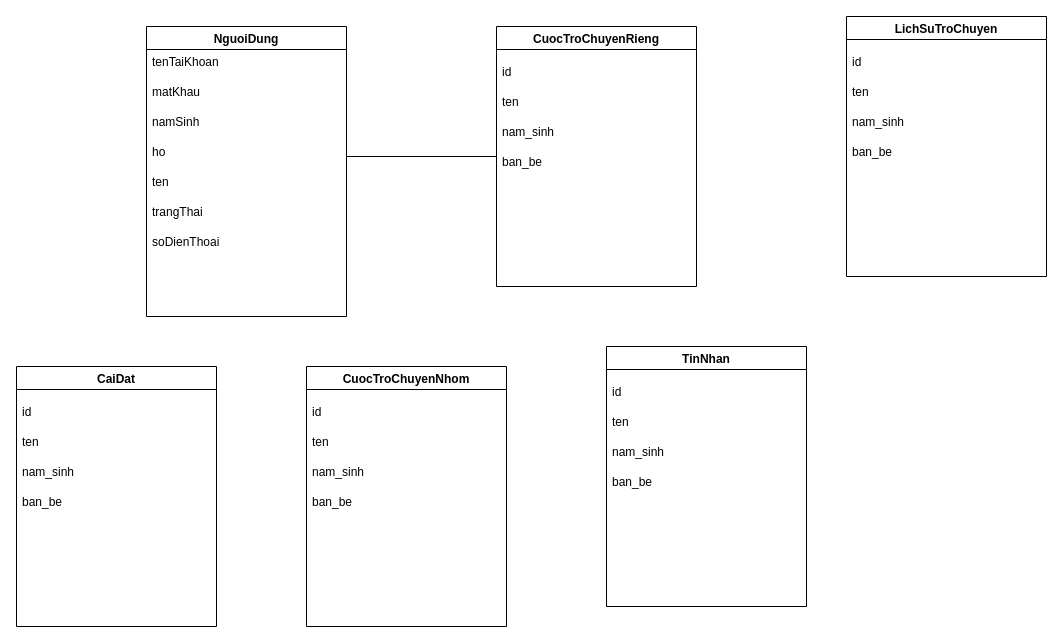
Before: client/database.drawio in MaiNhatHoangY2001/mchat, a draw.io diagram. Source tidied: cells renumbered, new cells numbered last; positions are measured from the earlier drawing's top-left corner, leaving out a move shared by most shapes. Both pictures are drawn from the tidied source at 100%, with x=0, y=0 at pixel (16, 16).
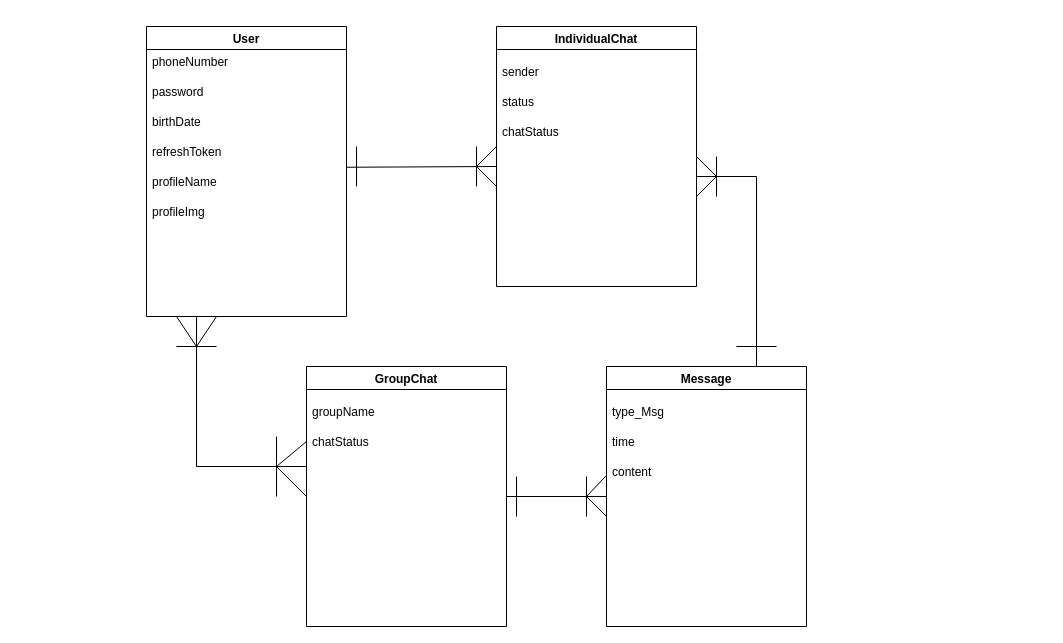
After the change.

Commit message (it also covers changes not shown here):
fix sdt login + database drawio

Change to the diagram source:
```diff
@@
-    <mxCell id="2" value="NguoiDung" style="swimlane;" parent="1" vertex="1">
+    <mxCell id="2" value="User" style="swimlane;" parent="1" vertex="1">
       <mxGeometry x="130" y="10" width="200" height="290" as="geometry" />
     </mxCell>
-    <mxCell id="3" value="tenTaiKhoan" style="text;strokeColor=none;fillColor=none;align=left;verticalAlign=middle;spacingLeft=4;spacingRight=4;overflow=hidden;" parent="2" vertex="1">
+    <mxCell id="3" value="phoneNumber" style="text;strokeColor=none;fillColor=none;align=left;verticalAlign=middle;spacingLeft=4;spacingRight=4;overflow=hidden;" parent="2" vertex="1">
       <mxGeometry y="20" width="200" height="30" as="geometry" />
     </mxCell>
-    <mxCell id="4" value="namSinh" style="text;strokeColor=none;fillColor=none;align=left;verticalAlign=middle;spacingLeft=4;spacingRight=4;overflow=hidden;" parent="2" vertex="1">
+    <mxCell id="4" value="birthDate" style="text;strokeColor=none;fillColor=none;align=left;verticalAlign=middle;spacingLeft=4;spacingRight=4;overflow=hidden;" parent="2" vertex="1">
       <mxGeometry y="80" width="200" height="30" as="geometry" />
     </mxCell>
-    <mxCell id="5" value="matKhau" style="text;strokeColor=none;fillColor=none;align=left;verticalAlign=middle;spacingLeft=4;spacingRight=4;overflow=hidden;" parent="2" vertex="1">
+    <mxCell id="5" value="password" style="text;strokeColor=none;fillColor=none;align=left;verticalAlign=middle;spacingLeft=4;spacingRight=4;overflow=hidden;" parent="2" vertex="1">
       <mxGeometry y="50" width="200" height="30" as="geometry" />
     </mxCell>
-    <mxCell id="6" value="ho" style="text;strokeColor=none;fillColor=none;align=left;verticalAlign=middle;spacingLeft=4;spacingRight=4;overflow=hidden;points=[[0,0.5],[1,0.5]];portConstraint=eastwest;" parent="2" vertex="1">
+    <mxCell id="6" value="refreshToken" style="text;strokeColor=none;fillColor=none;align=left;verticalAlign=middle;spacingLeft=4;spacingRight=4;overflow=hidden;points=[[0,0.5],[1,0.5]];portConstraint=eastwest;" parent="2" vertex="1">
       <mxGeometry y="110" width="200" height="30" as="geometry" />
     </mxCell>
-    <mxCell id="7" value="ten" style="text;strokeColor=none;fillColor=none;align=left;verticalAlign=middle;spacingLeft=4;spacingRight=4;overflow=hidden;points=[[0,0.5],[1,0.5]];portConstraint=eastwest;" parent="2" vertex="1">
+    <mxCell id="7" value="profileName" style="text;strokeColor=none;fillColor=none;align=left;verticalAlign=middle;spacingLeft=4;spacingRight=4;overflow=hidden;points=[[0,0.5],[1,0.5]];portConstraint=eastwest;" parent="2" vertex="1">
       <mxGeometry y="140" width="200" height="30" as="geometry" />
     </mxCell>
-    <mxCell id="8" value="trangThai" style="text;strokeColor=none;fillColor=none;align=left;verticalAlign=middle;spacingLeft=4;spacingRight=4;overflow=hidden;" parent="2" vertex="1">
+    <mxCell id="8" value="profileImg" style="text;strokeColor=none;fillColor=none;align=left;verticalAlign=middle;spacingLeft=4;spacingRight=4;overflow=hidden;" parent="2" vertex="1">
       <mxGeometry y="170" width="200" height="30" as="geometry" />
     </mxCell>
-    <mxCell id="9" value="soDienThoai" style="text;strokeColor=none;fillColor=none;align=left;verticalAlign=middle;spacingLeft=4;spacingRight=4;overflow=hidden;" parent="2" vertex="1">
-      <mxGeometry y="200" width="200" height="30" as="geometry" />
-    </mxCell>
-    <mxCell id="10" value="CuocTroChuyenRieng" style="swimlane;" parent="1" vertex="1">
+    <mxCell id="10" value="IndividualChat" style="swimlane;" parent="1" vertex="1">
       <mxGeometry x="480" y="10" width="200" height="260" as="geometry" />
     </mxCell>
-    <mxCell id="11" value="ten" style="text;strokeColor=none;fillColor=none;align=left;verticalAlign=middle;spacingLeft=4;spacingRight=4;overflow=hidden;" parent="10" vertex="1">
+    <mxCell id="11" value="status" style="text;strokeColor=none;fillColor=none;align=left;verticalAlign=middle;spacingLeft=4;spacingRight=4;overflow=hidden;" parent="10" vertex="1">
       <mxGeometry y="60" width="200" height="30" as="geometry" />
     </mxCell>
-    <mxCell id="12" value="id" style="text;strokeColor=none;fillColor=none;align=left;verticalAlign=middle;spacingLeft=4;spacingRight=4;overflow=hidden;" parent="10" vertex="1">
+    <mxCell id="12" value="sender" style="text;strokeColor=none;fillColor=none;align=left;verticalAlign=middle;spacingLeft=4;spacingRight=4;overflow=hidden;" parent="10" vertex="1">
       <mxGeometry y="30" width="200" height="30" as="geometry" />
     </mxCell>
-    <mxCell id="13" value="nam_sinh" style="text;strokeColor=none;fillColor=none;align=left;verticalAlign=middle;spacingLeft=4;spacingRight=4;overflow=hidden;" parent="10" vertex="1">
+    <mxCell id="13" value="chatStatus" style="text;strokeColor=none;fillColor=none;align=left;verticalAlign=middle;spacingLeft=4;spacingRight=4;overflow=hidden;" parent="10" vertex="1">
       <mxGeometry y="90" width="200" height="30" as="geometry" />
     </mxCell>
-    <mxCell id="14" value="ban_be" style="text;strokeColor=none;fillColor=none;align=left;verticalAlign=middle;spacingLeft=4;spacingRight=4;overflow=hidden;" parent="10" vertex="1">
-      <mxGeometry y="120" width="200" height="30" as="geometry" />
-    </mxCell>
-    <mxCell id="15" style="edgeStyle=orthogonalEdgeStyle;rounded=0;jettySize=auto;html=1;exitX=1;exitY=0.5;exitDx=0;exitDy=0;entryX=0;entryY=0.5;entryDx=0;entryDy=0;endArrow=none;endFill=0;" parent="1" edge="1" source="6" target="10">
-      <mxGeometry relative="1" as="geometry">
-        <Array as="points">
-          <mxPoint x="330" y="140" />
-        </Array>
-      </mxGeometry>
-    </mxCell>
-    <mxCell id="16" value="CuocTroChuyenNhom" style="swimlane;" parent="1" vertex="1">
+    <mxCell id="16" value="GroupChat" style="swimlane;" parent="1" vertex="1">
       <mxGeometry x="290" y="350" width="200" height="260" as="geometry" />
     </mxCell>
-    <mxCell id="17" value="ten" style="text;strokeColor=none;fillColor=none;align=left;verticalAlign=middle;spacingLeft=4;spacingRight=4;overflow=hidden;points=[[0,0.5],[1,0.5]];portConstraint=eastwest;" parent="16" vertex="1">
+    <mxCell id="17" value="chatStatus" style="text;strokeColor=none;fillColor=none;align=left;verticalAlign=middle;spacingLeft=4;spacingRight=4;overflow=hidden;points=[[0,0.5],[1,0.5]];portConstraint=eastwest;" parent="16" vertex="1">
       <mxGeometry y="60" width="200" height="30" as="geometry" />
     </mxCell>
-    <mxCell id="18" value="id" style="text;strokeColor=none;fillColor=none;align=left;verticalAlign=middle;spacingLeft=4;spacingRight=4;overflow=hidden;" parent="16" vertex="1">
+    <mxCell id="18" value="groupName" style="text;strokeColor=none;fillColor=none;align=left;verticalAlign=middle;spacingLeft=4;spacingRight=4;overflow=hidden;" parent="16" vertex="1">
       <mxGeometry y="30" width="200" height="30" as="geometry" />
     </mxCell>
-    <mxCell id="19" value="nam_sinh" style="text;strokeColor=none;fillColor=none;align=left;verticalAlign=middle;spacingLeft=4;spacingRight=4;overflow=hidden;" parent="16" vertex="1">
-      <mxGeometry y="90" width="200" height="30" as="geometry" />
-    </mxCell>
-    <mxCell id="20" value="ban_be" style="text;strokeColor=none;fillColor=none;align=left;verticalAlign=middle;spacingLeft=4;spacingRight=4;overflow=hidden;" parent="16" vertex="1">
-      <mxGeometry y="120" width="200" height="30" as="geometry" />
-    </mxCell>
-    <mxCell id="21" value="TinNhan" style="swimlane;" parent="1" vertex="1">
-      <mxGeometry x="590" y="330" width="200" height="260" as="geometry" />
+    <mxCell id="21" value="Message" style="swimlane;" parent="1" vertex="1">
+      <mxGeometry x="590" y="350" width="200" height="260" as="geometry" />
     </mxCell>
-    <mxCell id="22" value="ten" style="text;strokeColor=none;fillColor=none;align=left;verticalAlign=middle;spacingLeft=4;spacingRight=4;overflow=hidden;" parent="21" vertex="1">
+    <mxCell id="22" value="time" style="text;strokeColor=none;fillColor=none;align=left;verticalAlign=middle;spacingLeft=4;spacingRight=4;overflow=hidden;" parent="21" vertex="1">
       <mxGeometry y="60" width="200" height="30" as="geometry" />
     </mxCell>
-    <mxCell id="23" value="id" style="text;strokeColor=none;fillColor=none;align=left;verticalAlign=middle;spacingLeft=4;spacingRight=4;overflow=hidden;" parent="21" vertex="1">
+    <mxCell id="23" value="type_Msg" style="text;strokeColor=none;fillColor=none;align=left;verticalAlign=middle;spacingLeft=4;spacingRight=4;overflow=hidden;" parent="21" vertex="1">
       <mxGeometry y="30" width="200" height="30" as="geometry" />
     </mxCell>
-    <mxCell id="24" value="nam_sinh" style="text;strokeColor=none;fillColor=none;align=left;verticalAlign=middle;spacingLeft=4;spacingRight=4;overflow=hidden;points=[[0,0.5],[1,0.5]];portConstraint=eastwest;" parent="21" vertex="1">
+    <mxCell id="24" value="content" style="text;strokeColor=none;fillColor=none;align=left;verticalAlign=middle;spacingLeft=4;spacingRight=4;overflow=hidden;points=[[0,0.5],[1,0.5]];portConstraint=eastwest;" parent="21" vertex="1">
       <mxGeometry y="90" width="200" height="30" as="geometry" />
     </mxCell>
-    <mxCell id="25" value="ban_be" style="text;strokeColor=none;fillColor=none;align=left;verticalAlign=middle;spacingLeft=4;spacingRight=4;overflow=hidden;" parent="21" vertex="1">
-      <mxGeometry y="120" width="200" height="30" as="geometry" />
-    </mxCell>
-    <mxCell id="26" value="LichSuTroChuyen" style="swimlane;" parent="1" vertex="1">
-      <mxGeometry x="830" width="200" height="260" as="geometry" />
-    </mxCell>
-    <mxCell id="27" value="ten" style="text;strokeColor=none;fillColor=none;align=left;verticalAlign=middle;spacingLeft=4;spacingRight=4;overflow=hidden;" parent="26" vertex="1">
-      <mxGeometry y="60" width="200" height="30" as="geometry" />
-    </mxCell>
-    <mxCell id="28" value="id" style="text;strokeColor=none;fillColor=none;align=left;verticalAlign=middle;spacingLeft=4;spacingRight=4;overflow=hidden;" parent="26" vertex="1">
-      <mxGeometry y="30" width="200" height="30" as="geometry" />
-    </mxCell>
-    <mxCell id="29" value="nam_sinh" style="text;strokeColor=none;fillColor=none;align=left;verticalAlign=middle;spacingLeft=4;spacingRight=4;overflow=hidden;" parent="26" vertex="1">
-      <mxGeometry y="90" width="200" height="30" as="geometry" />
-    </mxCell>
-    <mxCell id="30" value="ban_be" style="text;strokeColor=none;fillColor=none;align=left;verticalAlign=middle;spacingLeft=4;spacingRight=4;overflow=hidden;" parent="26" vertex="1">
-      <mxGeometry y="120" width="200" height="30" as="geometry" />
-    </mxCell>
-    <mxCell id="31" value="CaiDat" style="swimlane;" parent="1" vertex="1">
-      <mxGeometry y="350" width="200" height="260" as="geometry" />
-    </mxCell>
-    <mxCell id="32" value="ten" style="text;strokeColor=none;fillColor=none;align=left;verticalAlign=middle;spacingLeft=4;spacingRight=4;overflow=hidden;" parent="31" vertex="1">
-      <mxGeometry y="60" width="200" height="30" as="geometry" />
-    </mxCell>
-    <mxCell id="33" value="id" style="text;strokeColor=none;fillColor=none;align=left;verticalAlign=middle;spacingLeft=4;spacingRight=4;overflow=hidden;" parent="31" vertex="1">
-      <mxGeometry y="30" width="200" height="30" as="geometry" />
-    </mxCell>
-    <mxCell id="34" value="nam_sinh" style="text;strokeColor=none;fillColor=none;align=left;verticalAlign=middle;spacingLeft=4;spacingRight=4;overflow=hidden;" parent="31" vertex="1">
-      <mxGeometry y="90" width="200" height="30" as="geometry" />
-    </mxCell>
-    <mxCell id="35" value="ban_be" style="text;strokeColor=none;fillColor=none;align=left;verticalAlign=middle;spacingLeft=4;spacingRight=4;overflow=hidden;" parent="31" vertex="1">
-      <mxGeometry y="120" width="200" height="30" as="geometry" />
-    </mxCell>
+    <mxCell id="36" style="edgeStyle=orthogonalEdgeStyle;rounded=0;jettySize=auto;html=1;exitX=0.25;exitY=1;exitDx=0;exitDy=0;entryX=0;entryY=0.5;entryDx=0;entryDy=0;endArrow=none;endFill=0;" parent="1" edge="1" source="2">
+      <mxGeometry relative="1" as="geometry">
+        <mxPoint x="290" y="445" as="targetPoint" />
+        <Array as="points">
+          <mxPoint x="180" y="450" />
+          <mxPoint x="290" y="450" />
+        </Array>
+      </mxGeometry>
+    </mxCell>
+    <mxCell id="37" style="endArrow=none;html=1;entryX=0;entryY=0.5;entryDx=0;entryDy=0;" parent="1" edge="1" target="17">
+      <mxGeometry relative="1" as="geometry">
+        <mxPoint x="260" y="450" as="sourcePoint" />
+      </mxGeometry>
+    </mxCell>
+    <mxCell id="38" style="endArrow=none;html=1;entryX=0;entryY=0.5;entryDx=0;entryDy=0;" parent="1" edge="1" target="16">
+      <mxGeometry relative="1" as="geometry">
+        <mxPoint x="260" y="450" as="sourcePoint" />
+      </mxGeometry>
+    </mxCell>
+    <mxCell id="39" style="endArrow=none;html=1;rounded=0;" parent="1" edge="1">
+      <mxGeometry relative="1" as="geometry">
+        <mxPoint x="260" y="480" as="sourcePoint" />
+        <mxPoint x="260" y="420" as="targetPoint" />
+      </mxGeometry>
+    </mxCell>
+    <mxCell id="40" style="endArrow=none;html=1;rounded=0;" parent="1" edge="1">
+      <mxGeometry relative="1" as="geometry">
+        <mxPoint x="180" y="330" as="sourcePoint" />
+        <mxPoint x="160" y="300" as="targetPoint" />
+      </mxGeometry>
+    </mxCell>
+    <mxCell id="41" style="endArrow=none;html=1;rounded=0;" parent="1" edge="1">
+      <mxGeometry relative="1" as="geometry">
+        <mxPoint x="180" y="330" as="sourcePoint" />
+        <mxPoint x="200" y="300" as="targetPoint" />
+      </mxGeometry>
+    </mxCell>
+    <mxCell id="42" style="endArrow=none;html=1;rounded=0;" parent="1" edge="1">
+      <mxGeometry relative="1" as="geometry">
+        <mxPoint x="200" y="330" as="sourcePoint" />
+        <mxPoint x="160" y="330" as="targetPoint" />
+      </mxGeometry>
+    </mxCell>
+    <mxCell id="43" style="endArrow=none;html=1;rounded=0;exitX=1;exitY=0.025;exitDx=0;exitDy=0;exitPerimeter=0;" parent="1" edge="1" source="7">
+      <mxGeometry relative="1" as="geometry">
+        <mxPoint x="480" y="150" as="targetPoint" />
+      </mxGeometry>
+    </mxCell>
+    <mxCell id="44" style="endArrow=none;html=1;rounded=0;" parent="1" edge="1">
+      <mxGeometry relative="1" as="geometry">
+        <mxPoint x="460" y="150" as="sourcePoint" />
+        <mxPoint x="480" y="130" as="targetPoint" />
+      </mxGeometry>
+    </mxCell>
+    <mxCell id="45" style="endArrow=none;html=1;rounded=0;" parent="1" edge="1">
+      <mxGeometry relative="1" as="geometry">
+        <mxPoint x="460" y="150" as="sourcePoint" />
+        <mxPoint x="480" y="170" as="targetPoint" />
+      </mxGeometry>
+    </mxCell>
+    <mxCell id="46" style="endArrow=none;html=1;rounded=0;" parent="1" edge="1">
+      <mxGeometry relative="1" as="geometry">
+        <mxPoint x="460" y="130" as="sourcePoint" />
+        <mxPoint x="460" y="170" as="targetPoint" />
+      </mxGeometry>
+    </mxCell>
+    <mxCell id="47" style="endArrow=none;html=1;rounded=0;" parent="1" edge="1">
+      <mxGeometry relative="1" as="geometry">
+        <mxPoint x="340" y="170" as="sourcePoint" />
+        <mxPoint x="340" y="130" as="targetPoint" />
+      </mxGeometry>
+    </mxCell>
+    <mxCell id="48" style="endArrow=none;html=1;rounded=0;" parent="1" edge="1">
+      <mxGeometry relative="1" as="geometry">
+        <mxPoint x="570" y="500" as="sourcePoint" />
+        <mxPoint x="570" y="460" as="targetPoint" />
+      </mxGeometry>
+    </mxCell>
+    <mxCell id="49" style="endArrow=none;html=1;rounded=0;entryX=-0.001;entryY=0.635;entryDx=0;entryDy=0;entryPerimeter=0;" parent="1" edge="1" target="24">
+      <mxGeometry relative="1" as="geometry">
+        <mxPoint x="570" y="480" as="sourcePoint" />
+      </mxGeometry>
+    </mxCell>
+    <mxCell id="50" style="endArrow=none;html=1;rounded=0;entryX=0;entryY=0.5;entryDx=0;entryDy=0;exitX=1;exitY=0.5;exitDx=0;exitDy=0;" parent="1" edge="1" source="16" target="21">
+      <mxGeometry relative="1" as="geometry" />
+    </mxCell>
+    <mxCell id="51" style="endArrow=none;html=1;rounded=0;" parent="1" edge="1">
+      <mxGeometry relative="1" as="geometry">
+        <mxPoint x="570" y="480" as="sourcePoint" />
+        <mxPoint x="590" y="500" as="targetPoint" />
+      </mxGeometry>
+    </mxCell>
+    <mxCell id="52" style="endArrow=none;html=1;rounded=0;" parent="1" edge="1">
+      <mxGeometry relative="1" as="geometry">
+        <mxPoint x="500" y="500" as="sourcePoint" />
+        <mxPoint x="500" y="460" as="targetPoint" />
+      </mxGeometry>
+    </mxCell>
+    <mxCell id="53" style="endArrow=none;html=1;rounded=0;" parent="1" edge="1">
+      <mxGeometry relative="1" as="geometry">
+        <mxPoint x="590" y="500" as="sourcePoint" />
+        <mxPoint x="590" y="460" as="targetPoint" />
+      </mxGeometry>
+    </mxCell>
+    <mxCell id="54" style="endArrow=none;html=1;rounded=0;entryX=0.75;entryY=0;entryDx=0;entryDy=0;" parent="1" edge="1" target="21">
+      <mxGeometry relative="1" as="geometry">
+        <mxPoint x="680" y="160" as="sourcePoint" />
+        <Array as="points">
+          <mxPoint x="740" y="160" />
+        </Array>
+      </mxGeometry>
+    </mxCell>
+    <mxCell id="55" style="endArrow=none;html=1;rounded=0;exitX=1;exitY=0.5;exitDx=0;exitDy=0;" parent="1" edge="1" source="10">
+      <mxGeometry relative="1" as="geometry">
+        <mxPoint x="700" y="160" as="targetPoint" />
+      </mxGeometry>
+    </mxCell>
+    <mxCell id="56" style="endArrow=none;html=1;rounded=0;" parent="1" edge="1">
+      <mxGeometry relative="1" as="geometry">
+        <mxPoint x="700" y="160" as="sourcePoint" />
+        <mxPoint x="680" y="180" as="targetPoint" />
+      </mxGeometry>
+    </mxCell>
+    <mxCell id="57" style="endArrow=none;html=1;rounded=0;" parent="1" edge="1">
+      <mxGeometry relative="1" as="geometry">
+        <mxPoint x="700" y="140" as="sourcePoint" />
+        <mxPoint x="700" y="180" as="targetPoint" />
+      </mxGeometry>
+    </mxCell>
+    <mxCell id="58" style="endArrow=none;html=1;rounded=0;" parent="1" edge="1">
+      <mxGeometry relative="1" as="geometry">
+        <mxPoint x="760" y="330" as="sourcePoint" />
+        <mxPoint x="720" y="330" as="targetPoint" />
+      </mxGeometry>
+    </mxCell>
```
